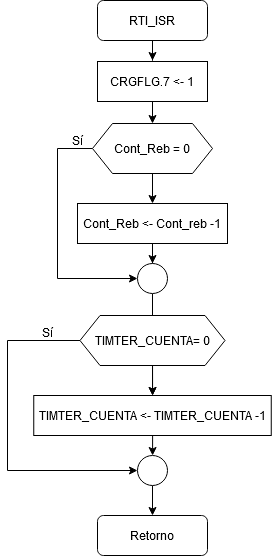
robz25/Microprocesadores keeps this draw.io diagram as Tarea 5/RTI_ISR.png. Above is the earlier version. Source tidied: cells renumbered, new cells last; positions are measured from the earlier drawing's top-left corner, leaving out a move shared by most shapes.
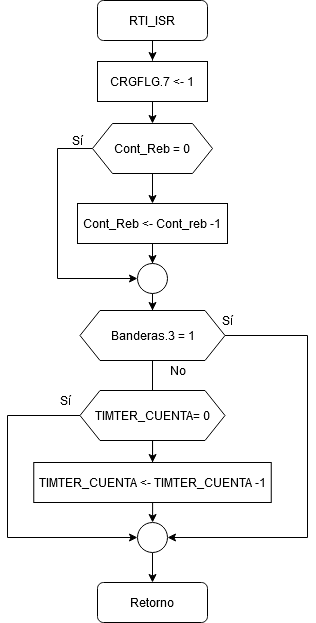
Later version of the same file.

Change to the diagram source:
```diff
@@ -11,7 +11,7 @@
       <mxGeometry x="90" width="110" height="40" as="geometry" />
     </mxCell>
     <mxCell id="4" value="Retorno" style="rounded=1;whiteSpace=wrap;html=1;" parent="1" vertex="1">
-      <mxGeometry x="90" y="515" width="110" height="40" as="geometry" />
+      <mxGeometry x="90" y="582" width="110" height="40" as="geometry" />
     </mxCell>
     <mxCell id="5" style="edgeStyle=orthogonalEdgeStyle;rounded=0;jettySize=auto;html=1;" parent="1" edge="1" source="6" target="9">
       <mxGeometry relative="1" as="geometry" />
@@ -39,43 +39,67 @@
     <mxCell id="11" value="Cont_Reb &amp;lt;- Cont_reb -1" style="rounded=0;whiteSpace=wrap;html=1;" parent="1" vertex="1">
       <mxGeometry x="70" y="203" width="150" height="40" as="geometry" />
     </mxCell>
-    <mxCell id="12" style="edgeStyle=orthogonalEdgeStyle;rounded=0;jettySize=auto;html=1;" parent="1" edge="1" source="13" target="19">
-      <mxGeometry relative="1" as="geometry" />
+    <mxCell id="12" style="edgeStyle=orthogonalEdgeStyle;rounded=0;jettySize=auto;html=1;" parent="1" edge="1" target="19">
+      <mxGeometry relative="1" as="geometry">
+        <mxPoint x="145" y="360" as="sourcePoint" />
+      </mxGeometry>
     </mxCell>
+    <mxCell id="23" style="edgeStyle=orthogonalEdgeStyle;rounded=0;jettySize=auto;html=1;" parent="1" edge="1" source="13" target="25">
+      <mxGeometry relative="1" as="geometry" />
+    </mxCell>
     <mxCell id="13" style="ellipse;whiteSpace=wrap;html=1;" parent="1" vertex="1">
       <mxGeometry x="130" y="263" width="30" height="30" as="geometry" />
     </mxCell>
     <mxCell id="14" value="Sí" style="text;html=1;align=center;verticalAlign=middle;" parent="1" vertex="1">
       <mxGeometry x="55" y="130" width="30" height="20" as="geometry" />
     </mxCell>
-    <mxCell id="15" style="edgeStyle=orthogonalEdgeStyle;rounded=0;jettySize=auto;html=1;" parent="1" edge="1" source="17" target="19">
-      <mxGeometry relative="1" as="geometry" />
+    <mxCell id="15" style="edgeStyle=orthogonalEdgeStyle;rounded=0;jettySize=auto;html=1;" parent="1" edge="1" source="17">
+      <mxGeometry relative="1" as="geometry">
+        <mxPoint x="145.1" y="470" as="targetPoint" />
+      </mxGeometry>
     </mxCell>
     <mxCell id="16" style="edgeStyle=orthogonalEdgeStyle;rounded=0;jettySize=auto;html=1;entryX=0;entryY=0.5;entryDx=0;entryDy=0;" parent="1" edge="1" source="17" target="21">
       <mxGeometry relative="1" as="geometry">
         <Array as="points">
-          <mxPoint y="340" />
-          <mxPoint y="470" />
+          <mxPoint y="415" />
+          <mxPoint y="537" />
         </Array>
       </mxGeometry>
     </mxCell>
     <mxCell id="17" value="TIMTER_CUENTA= 0" style="shape=hexagon;perimeter=hexagonPerimeter2;whiteSpace=wrap;html=1;fixedSize=1;" parent="1" vertex="1">
-      <mxGeometry x="72.5" y="315" width="145" height="50" as="geometry" />
+      <mxGeometry x="72.5" y="390" width="145" height="50" as="geometry" />
     </mxCell>
     <mxCell id="18" style="edgeStyle=orthogonalEdgeStyle;rounded=0;jettySize=auto;html=1;" parent="1" edge="1" source="19" target="21">
       <mxGeometry relative="1" as="geometry" />
     </mxCell>
     <mxCell id="19" value="TIMTER_CUENTA &amp;lt;- TIMTER_CUENTA -1" style="rounded=0;whiteSpace=wrap;html=1;" parent="1" vertex="1">
-      <mxGeometry x="26.2" y="395" width="237.5" height="40" as="geometry" />
+      <mxGeometry x="26.2" y="462" width="237.5" height="40" as="geometry" />
     </mxCell>
     <mxCell id="20" style="edgeStyle=orthogonalEdgeStyle;rounded=0;jettySize=auto;html=1;" parent="1" edge="1" source="21" target="4">
       <mxGeometry relative="1" as="geometry" />
     </mxCell>
     <mxCell id="21" style="ellipse;whiteSpace=wrap;html=1;" parent="1" vertex="1">
-      <mxGeometry x="130" y="455" width="30" height="30" as="geometry" />
+      <mxGeometry x="130" y="522" width="30" height="30" as="geometry" />
     </mxCell>
     <mxCell id="22" value="Sí" style="text;html=1;align=center;verticalAlign=middle;" parent="1" vertex="1">
-      <mxGeometry x="25" y="322" width="30" height="20" as="geometry" />
+      <mxGeometry x="42.5" y="390" width="30" height="20" as="geometry" />
     </mxCell>
+    <mxCell id="24" style="edgeStyle=orthogonalEdgeStyle;rounded=0;jettySize=auto;html=1;entryX=1;entryY=0.5;entryDx=0;entryDy=0;" parent="1" edge="1" source="25" target="21">
+      <mxGeometry relative="1" as="geometry">
+        <Array as="points">
+          <mxPoint x="300" y="335" />
+          <mxPoint x="300" y="537" />
+        </Array>
+      </mxGeometry>
+    </mxCell>
+    <mxCell id="25" value="Banderas.3 = 1" style="shape=hexagon;perimeter=hexagonPerimeter2;whiteSpace=wrap;html=1;fixedSize=1;" parent="1" vertex="1">
+      <mxGeometry x="72.5" y="310" width="145" height="50" as="geometry" />
+    </mxCell>
+    <mxCell id="26" value="Sí" style="text;html=1;align=center;verticalAlign=middle;" parent="1" vertex="1">
+      <mxGeometry x="205" y="310" width="30" height="20" as="geometry" />
+    </mxCell>
+    <mxCell id="27" value="No" style="text;html=1;align=center;verticalAlign=middle;" parent="1" vertex="1">
+      <mxGeometry x="155" y="360" width="30" height="20" as="geometry" />
+    </mxCell>
   </root>
 </mxGraphModel>
```
